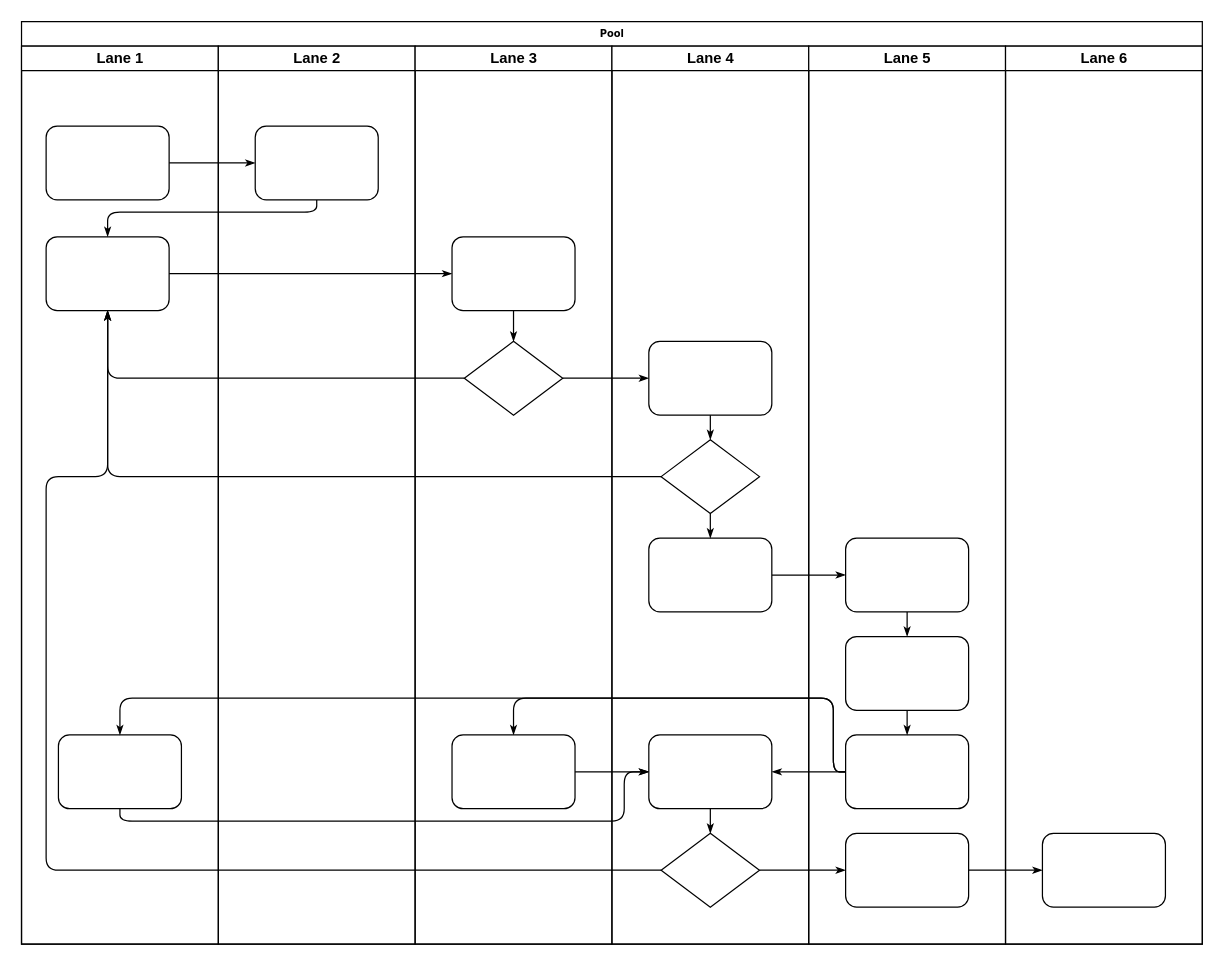
Earlier version of the draw.io diagram SampleDiagram.drawio (gowrishnkar/kendo-ui-core). Source tidied: cells renumbered, new cells numbered last; positions are measured from the earlier drawing's top-left corner, leaving out a move shared by most shapes. Both pictures are drawn from the tidied source at 123%, with x=0, y=0 at pixel (21, 21).
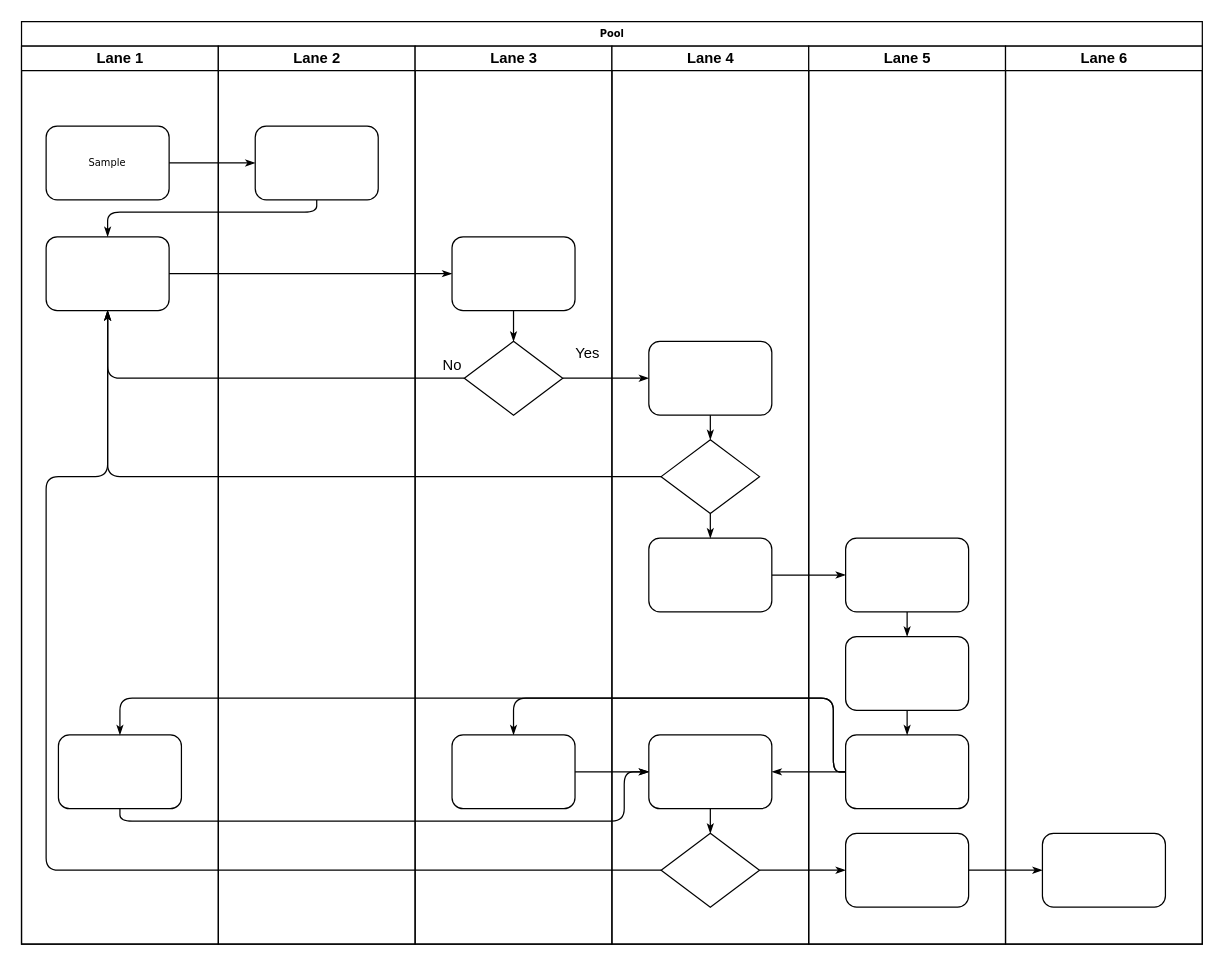
After the change.

Unchanged cells that the change refers to:
```xml
<mxCell id="3" value="Lane 1" style="swimlane;html=1;startSize=20;" parent="2" vertex="1">
  <mxGeometry y="20" width="160" height="730" as="geometry" />
</mxCell>
```

The edit, as a diff of the source:
```diff
@@
-    <mxCell id="4" style="rounded=1;whiteSpace=wrap;html=1;shadow=0;labelBackgroundColor=none;strokeWidth=1;fontFamily=Verdana;fontSize=8;align=center;" parent="3" vertex="1">
+    <mxCell id="4" value="Sample" style="rounded=1;whiteSpace=wrap;html=1;shadow=0;labelBackgroundColor=none;strokeWidth=1;fontFamily=Verdana;fontSize=8;align=center;" parent="3" vertex="1">
       <mxGeometry x="20" y="65" width="100" height="60" as="geometry" />
     </mxCell>
@@
+    <mxCell id="47" value="Yes" style="text;html=1;align=center;verticalAlign=middle;" parent="1" vertex="1">
+      <mxGeometry x="440" y="260" width="40" height="20" as="geometry" />
+    </mxCell>
+    <mxCell id="48" value="No" style="text;html=1;align=center;verticalAlign=middle;" parent="1" vertex="1">
+      <mxGeometry x="335" y="270" width="30" height="20" as="geometry" />
+    </mxCell>
```
